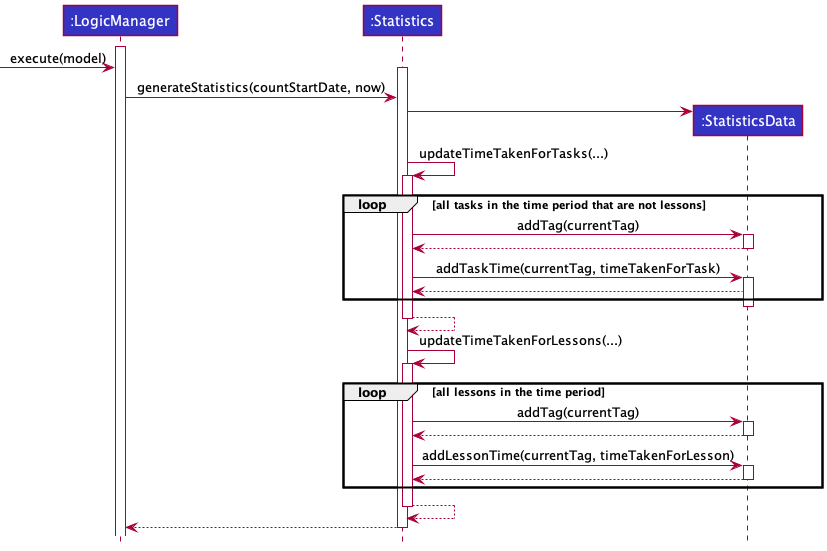
Before: docs/images/StatsDataSequenceDiagram.png, a diagram exported from PlantUML (nus-cs2103-AY2021S1/tp).
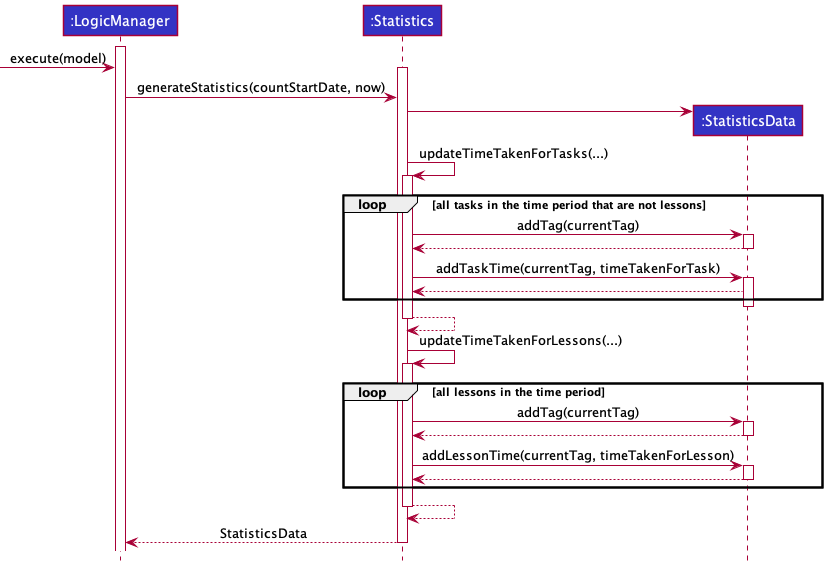
The same file after the commit.

Commit message:
update sequence diagram

The edit, as a diff of the source:
```diff
@@ -38,6 +38,6 @@
 deactivate std
 end
 return
-stats --> logic
+stats --> logic: StatisticsData
 deactivate stats
 @enduml
```
